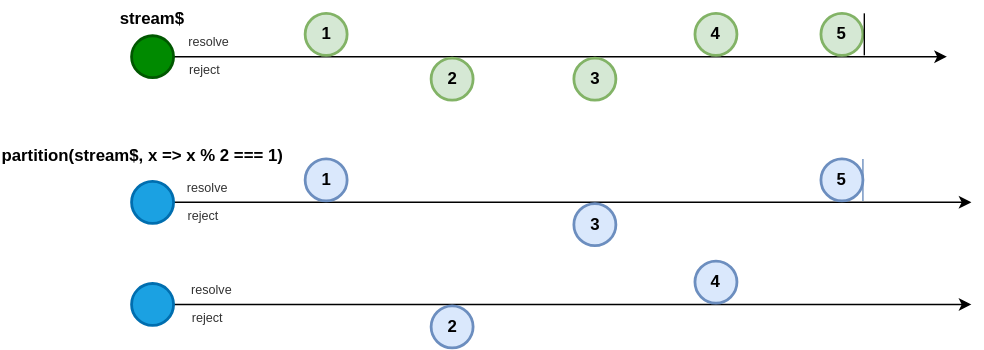
The draw.io diagram docs/public/partition.drawio.svg in fluthjs/fluth-doc, before a commit. Source tidied: cells renumbered, new cells last; positions are measured from the earlier drawing's top-left corner, leaving out a move shared by most shapes.
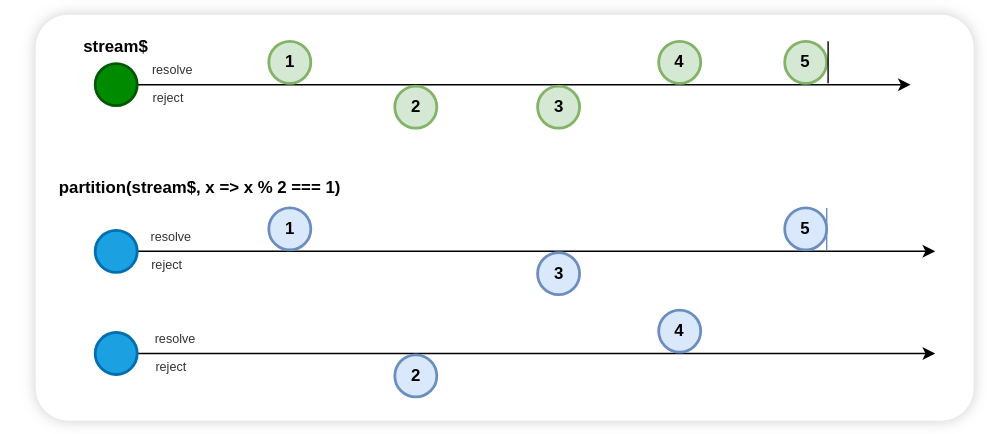
The same file after the commit.

Diff of the diagram source:
```diff
@@ -2,28 +2,31 @@
   <root>
     <mxCell id="0" />
     <mxCell id="1" parent="0" />
+    <mxCell id="28" style="rounded=1;whiteSpace=wrap;html=1;fontFamily=Helvetica;fontSize=11;fontColor=default;labelBackgroundColor=default;arcSize=8;shadow=1;glass=0;strokeColor=none;shadowOffsetX=0;shadowOffsetY=0;shadowBlur=5;shadowColor=#333333;" parent="1" vertex="1">
+      <mxGeometry x="52" y="-25" width="670" height="290" as="geometry" />
+    </mxCell>
     <mxCell id="2" style="edgeStyle=orthogonalEdgeStyle;rounded=0;jettySize=auto;html=1;" parent="1" edge="1" source="3">
       <mxGeometry relative="1" as="geometry">
-        <mxPoint x="677" y="40" as="targetPoint" />
+        <mxPoint x="677" y="25" as="targetPoint" />
       </mxGeometry>
     </mxCell>
     <mxCell id="3" style="ellipse;whiteSpace=wrap;html=1;strokeWidth=2;fontStyle=1;fillColor=#008a00;fontColor=#ffffff;strokeColor=#005700;" parent="1" vertex="1">
-      <mxGeometry x="94.5" y="25" width="30" height="30" as="geometry" />
+      <mxGeometry x="94.5" y="10" width="30" height="30" as="geometry" />
     </mxCell>
     <mxCell id="4" value="&lt;b&gt;stream$&lt;/b&gt;" style="text;html=1;align=center;verticalAlign=middle;whiteSpace=wrap;rounded=0;" parent="1" vertex="1">
-      <mxGeometry x="27" width="165" height="26" as="geometry" />
+      <mxGeometry x="27" y="-15" width="165" height="26" as="geometry" />
     </mxCell>
     <mxCell id="5" value="1" style="ellipse;whiteSpace=wrap;html=1;strokeWidth=2;fontStyle=1;fillColor=#d5e8d4;strokeColor=#82b366;" parent="1" vertex="1">
-      <mxGeometry x="218.5" y="9" width="30" height="30" as="geometry" />
+      <mxGeometry x="218.5" y="-6" width="30" height="30" as="geometry" />
     </mxCell>
     <mxCell id="6" value="2" style="ellipse;whiteSpace=wrap;html=1;strokeWidth=2;fontStyle=1;fillColor=#d5e8d4;strokeColor=#82b366;" parent="1" vertex="1">
-      <mxGeometry x="308.5" y="41" width="30" height="30" as="geometry" />
+      <mxGeometry x="308.5" y="26" width="30" height="30" as="geometry" />
     </mxCell>
     <mxCell id="7" value="3" style="ellipse;whiteSpace=wrap;html=1;strokeWidth=2;fontStyle=1;fillColor=#d5e8d4;strokeColor=#82b366;" parent="1" vertex="1">
-      <mxGeometry x="410.5" y="41" width="30" height="30" as="geometry" />
+      <mxGeometry x="410.5" y="26" width="30" height="30" as="geometry" />
     </mxCell>
     <mxCell id="8" value="partition(stream$, x =&gt; x % 2 === 1)" style="text;whiteSpace=wrap;strokeWidth=1;fontStyle=1;" parent="1" vertex="1">
-      <mxGeometry x="0.2" y="97" width="218.2" height="24" as="geometry" />
+      <mxGeometry x="67" y="85" width="218.2" height="24" as="geometry" />
     </mxCell>
     <mxCell id="9" style="edgeStyle=orthogonalEdgeStyle;rounded=0;jettySize=auto;html=1;" parent="1" edge="1" source="10">
       <mxGeometry relative="1" as="geometry">
@@ -34,15 +37,15 @@
       <mxGeometry x="94.5" y="129" width="30" height="30" as="geometry" />
     </mxCell>
     <mxCell id="11" value="4" style="ellipse;whiteSpace=wrap;html=1;strokeWidth=2;fontStyle=1;fillColor=#d5e8d4;strokeColor=#82b366;" parent="1" vertex="1">
-      <mxGeometry x="497" y="9" width="30" height="30" as="geometry" />
+      <mxGeometry x="497" y="-6" width="30" height="30" as="geometry" />
     </mxCell>
     <mxCell id="12" value="5" style="ellipse;whiteSpace=wrap;html=1;strokeWidth=2;fontStyle=1;fillColor=#d5e8d4;strokeColor=#82b366;" parent="1" vertex="1">
-      <mxGeometry x="587" y="9" width="30" height="30" as="geometry" />
+      <mxGeometry x="587" y="-6" width="30" height="30" as="geometry" />
     </mxCell>
     <mxCell id="13" style="endArrow=none;html=1;rounded=0;strokeWidth=1;" parent="1" edge="1">
       <mxGeometry relative="1" as="geometry">
-        <mxPoint x="618" y="39" as="sourcePoint" />
-        <mxPoint x="618" y="9" as="targetPoint" />
+        <mxPoint x="618" y="24" as="sourcePoint" />
+        <mxPoint x="618" y="-6" as="targetPoint" />
       </mxGeometry>
     </mxCell>
     <mxCell id="14" value="1" style="ellipse;whiteSpace=wrap;html=1;strokeWidth=2;fontStyle=1;fillColor=#dae8fc;strokeColor=#6c8ebf;" parent="1" vertex="1">
@@ -75,10 +78,10 @@
       <mxGeometry x="497" y="186" width="30" height="30" as="geometry" />
     </mxCell>
     <mxCell id="22" value="resolve" style="text;html=1;align=center;verticalAlign=middle;whiteSpace=wrap;rounded=0;fontSize=9;fontColor=#333333;" parent="1" vertex="1">
-      <mxGeometry x="120" y="15" width="60" height="30" as="geometry" />
+      <mxGeometry x="120" width="60" height="30" as="geometry" />
     </mxCell>
     <mxCell id="23" value="reject" style="text;html=1;align=center;verticalAlign=middle;whiteSpace=wrap;rounded=0;fontSize=9;fontColor=#333333;" parent="1" vertex="1">
-      <mxGeometry x="117" y="35" width="60" height="30" as="geometry" />
+      <mxGeometry x="117" y="20" width="60" height="30" as="geometry" />
     </mxCell>
     <mxCell id="24" value="resolve" style="text;html=1;align=center;verticalAlign=middle;whiteSpace=wrap;rounded=0;fontSize=9;fontColor=#333333;" parent="1" vertex="1">
       <mxGeometry x="118.5" y="119" width="60" height="30" as="geometry" />
```
